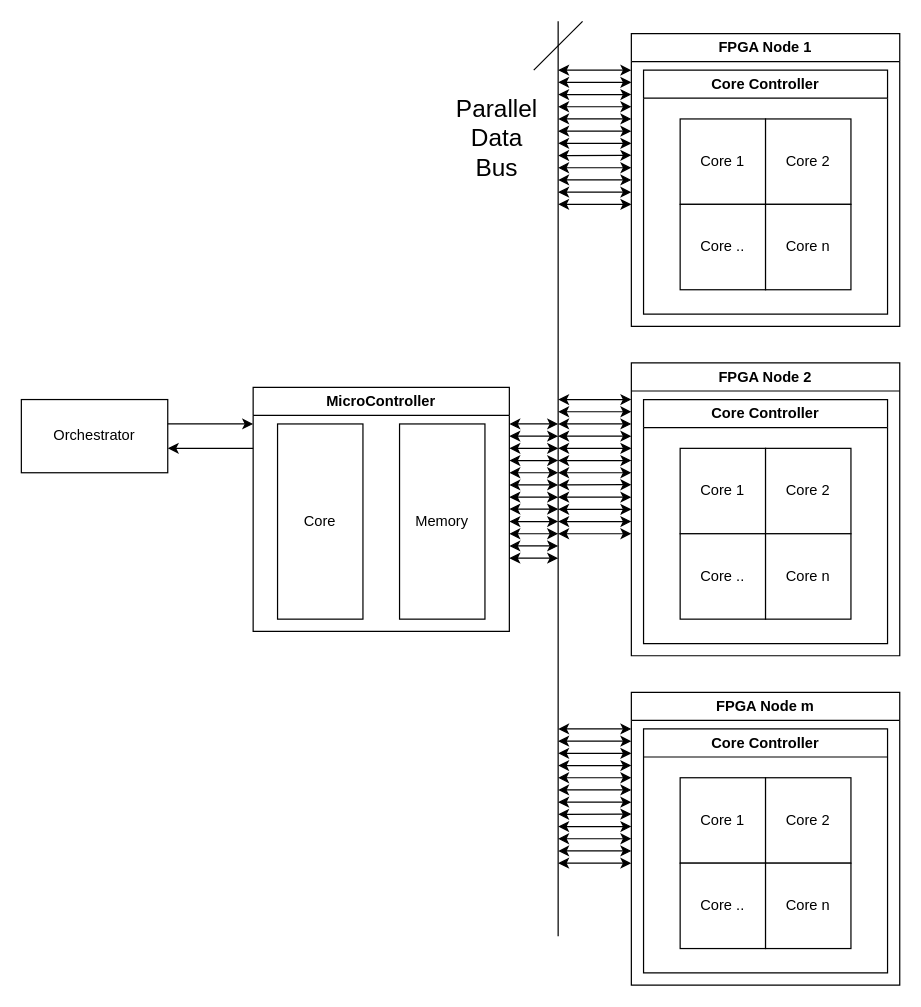
Before: figures/Builtable_architecture.drawio in Niclasapdk/ESD3_project, a draw.io diagram. Source tidied: cells renumbered, new cells numbered last; positions are measured from the earlier drawing's top-left corner, leaving out a move shared by most shapes. Both pictures are drawn from the tidied source at 122%, with x=0, y=0 at pixel (21, 21).
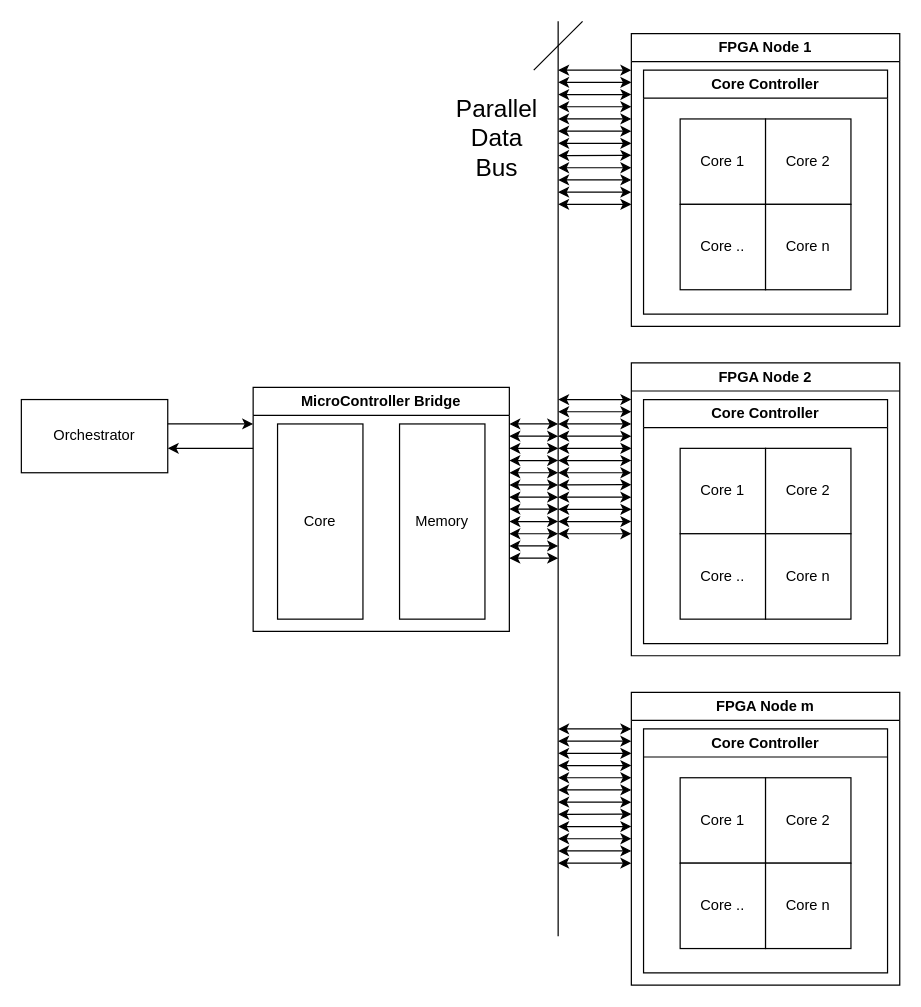
Above is the later version.

Diff of the diagram source:
```diff
@@
-    <mxCell id="2" value="MicroController" style="swimlane;whiteSpace=wrap;html=1;" parent="1" vertex="1">
+    <mxCell id="2" value="MicroController Bridge" style="swimlane;whiteSpace=wrap;html=1;" parent="1" vertex="1">
       <mxGeometry x="190" y="300" width="210" height="200" as="geometry" />
     </mxCell>
```
